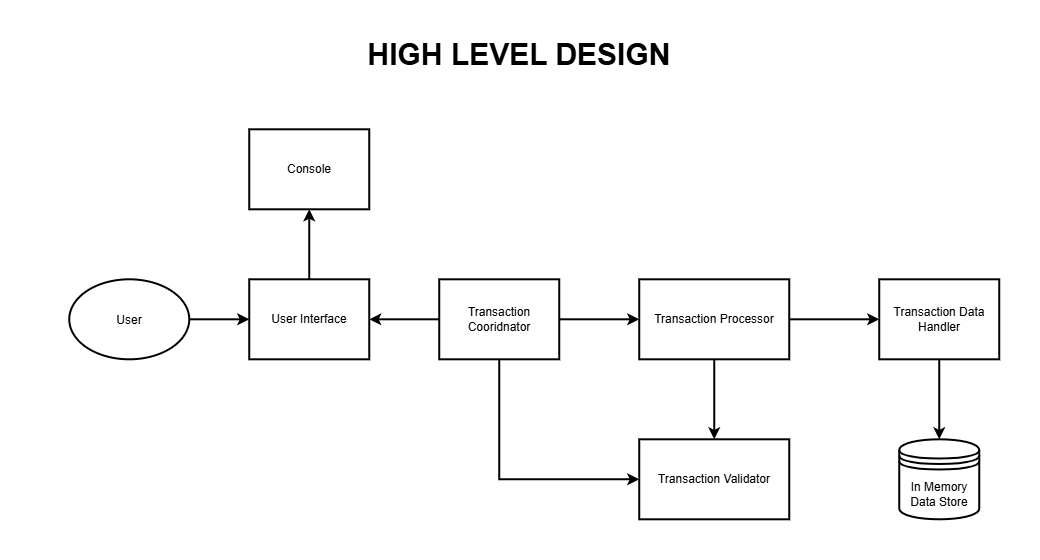
27032-Diwas/C_Sharp_Assignment keeps this draw.io diagram as src/ExpenseTracker/Docs/HLD.png. Above is the earlier version. Source tidied: cells renumbered, new cells last; positions are measured from the earlier drawing's top-left corner, leaving out a move shared by most shapes.
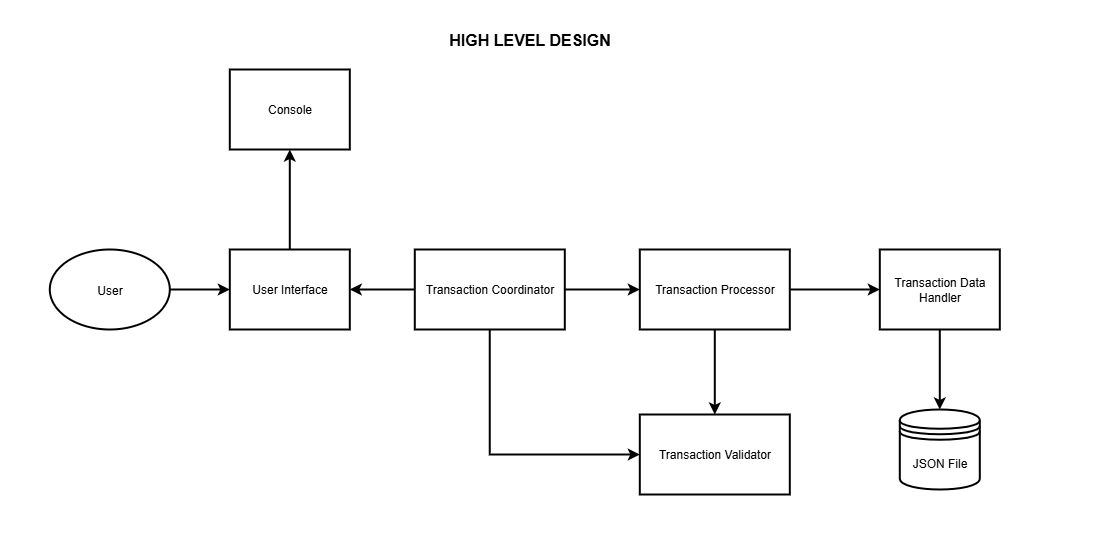
The same diagram one commit later.

What changed in the source:
```diff
@@ -8,17 +8,17 @@
     <mxCell id="3" value="User" style="ellipse;whiteSpace=wrap;html=1;shapeInside=1;strokeWidth=2;" parent="1" vertex="1">
       <mxGeometry y="240" width="120" height="80" as="geometry" />
     </mxCell>
-    <mxCell id="4" style="edgeStyle=orthogonalEdgeStyle;rounded=0;jettySize=auto;html=1;entryX=0.5;entryY=1;entryDx=0;entryDy=0;strokeWidth=2;" parent="1" edge="1" source="6" target="7">
+    <mxCell id="4" style="edgeStyle=orthogonalEdgeStyle;rounded=0;jettySize=auto;html=1;strokeWidth=2;" parent="1" edge="1" source="6" target="7">
       <mxGeometry relative="1" as="geometry" />
     </mxCell>
-    <mxCell id="5" style="edgeStyle=orthogonalEdgeStyle;rounded=0;jettySize=auto;html=1;exitX=1;exitY=0.5;exitDx=0;exitDy=0;entryX=0;entryY=0.5;entryDx=0;entryDy=0;strokeWidth=2;startArrow=classic;startFill=1;endArrow=none;endFill=0;" parent="1" edge="1" source="6" target="17">
-      <mxGeometry relative="1" as="geometry" />
-    </mxCell>
+    <mxCell id="19" style="edgeStyle=orthogonalEdgeStyle;rounded=0;jettySize=auto;html=1;strokeWidth=2;startArrow=classic;startFill=1;endArrow=none;endFill=0;" parent="1" edge="1" source="6" target="22">
+      <mxGeometry relative="1" as="geometry" />
+    </mxCell>
     <mxCell id="6" value="User Interface" style="rounded=0;whiteSpace=wrap;html=1;strokeWidth=2;" parent="1" vertex="1">
       <mxGeometry x="180" y="240" width="120" height="80" as="geometry" />
     </mxCell>
     <mxCell id="7" value="Console" style="rounded=0;whiteSpace=wrap;html=1;strokeWidth=2;" parent="1" vertex="1">
-      <mxGeometry x="180" y="90" width="120" height="80" as="geometry" />
+      <mxGeometry x="180" y="60" width="120" height="80" as="geometry" />
     </mxCell>
     <mxCell id="8" style="edgeStyle=orthogonalEdgeStyle;rounded=0;jettySize=auto;html=1;entryX=0.5;entryY=0;entryDx=0;entryDy=0;endArrow=classic;endFill=1;strokeWidth=2;" parent="1" edge="1" source="10" target="11">
       <mxGeometry relative="1" as="geometry" />
@@ -27,31 +27,31 @@
       <mxGeometry relative="1" as="geometry" />
     </mxCell>
     <mxCell id="10" value="Transaction Processor" style="rounded=0;whiteSpace=wrap;html=1;strokeWidth=2;" parent="1" vertex="1">
-      <mxGeometry x="570" y="240" width="150" height="80" as="geometry" />
+      <mxGeometry x="590" y="240" width="150" height="80" as="geometry" />
     </mxCell>
     <mxCell id="11" value="Transaction Validator" style="rounded=0;whiteSpace=wrap;html=1;strokeWidth=2;" parent="1" vertex="1">
-      <mxGeometry x="570" y="400" width="150" height="80" as="geometry" />
+      <mxGeometry x="590" y="405" width="150" height="80" as="geometry" />
     </mxCell>
-    <mxCell id="12" value="In Memory&lt;div&gt;Data Store&lt;/div&gt;" style="shape=datastore;whiteSpace=wrap;html=1;strokeWidth=2;" parent="1" vertex="1">
-      <mxGeometry x="830" y="400" width="80" height="80" as="geometry" />
+    <mxCell id="12" value="JSON File" style="shape=datastore;whiteSpace=wrap;html=1;strokeWidth=2;" parent="1" vertex="1">
+      <mxGeometry x="850" y="400" width="80" height="80" as="geometry" />
     </mxCell>
     <mxCell id="13" style="edgeStyle=orthogonalEdgeStyle;rounded=0;jettySize=auto;html=1;strokeWidth=2;" parent="1" edge="1" source="14" target="12">
       <mxGeometry relative="1" as="geometry" />
     </mxCell>
     <mxCell id="14" value="Transaction Data Handler" style="rounded=0;whiteSpace=wrap;html=1;strokeWidth=2;" parent="1" vertex="1">
-      <mxGeometry x="810" y="240" width="120" height="80" as="geometry" />
+      <mxGeometry x="830" y="240" width="120" height="80" as="geometry" />
     </mxCell>
-    <mxCell id="15" style="edgeStyle=orthogonalEdgeStyle;rounded=0;jettySize=auto;html=1;exitX=1;exitY=0.5;exitDx=0;exitDy=0;entryX=0;entryY=0.5;entryDx=0;entryDy=0;strokeWidth=2;" parent="1" edge="1" source="17" target="10">
-      <mxGeometry relative="1" as="geometry" />
-    </mxCell>
-    <mxCell id="16" style="edgeStyle=orthogonalEdgeStyle;rounded=0;jettySize=auto;html=1;exitX=0.5;exitY=1;exitDx=0;exitDy=0;entryX=0;entryY=0.5;entryDx=0;entryDy=0;strokeWidth=2;" parent="1" edge="1" source="17" target="11">
-      <mxGeometry relative="1" as="geometry" />
-    </mxCell>
-    <mxCell id="17" value="Transaction Cooridnator" style="rounded=0;whiteSpace=wrap;html=1;strokeWidth=2;" parent="1" vertex="1">
-      <mxGeometry x="370" y="240" width="120" height="80" as="geometry" />
-    </mxCell>
+    <mxCell id="20" style="edgeStyle=orthogonalEdgeStyle;rounded=0;jettySize=auto;html=1;entryX=0;entryY=0.5;entryDx=0;entryDy=0;strokeWidth=2;" parent="1" edge="1" source="22" target="10">
+      <mxGeometry relative="1" as="geometry" />
+    </mxCell>
+    <mxCell id="21" style="edgeStyle=orthogonalEdgeStyle;rounded=0;jettySize=auto;html=1;entryX=0;entryY=0.5;entryDx=0;entryDy=0;exitX=0.5;exitY=1;exitDx=0;exitDy=0;strokeWidth=2;" parent="1" edge="1" source="22" target="11">
+      <mxGeometry relative="1" as="geometry" />
+    </mxCell>
+    <mxCell id="22" value="Transaction Coordinator" style="rounded=0;whiteSpace=wrap;html=1;strokeWidth=2;" parent="1" vertex="1">
+      <mxGeometry x="365" y="240" width="150" height="80" as="geometry" />
+    </mxCell>
-    <mxCell id="18" value="&lt;font style=&quot;font-size: 30px;&quot;&gt;&lt;b style=&quot;&quot;&gt;HIGH LEVEL DESIGN&lt;/b&gt;&lt;/font&gt;" style="text;html=1;whiteSpace=wrap;strokeColor=none;fillColor=none;align=center;verticalAlign=middle;rounded=0;" parent="1" vertex="1">
-      <mxGeometry x="285" width="330" height="30" as="geometry" />
+    <mxCell id="18" value="&lt;b&gt;&lt;font style=&quot;font-size: 16px;&quot;&gt;HIGH LEVEL DESIGN&lt;/font&gt;&lt;/b&gt;" style="text;html=1;whiteSpace=wrap;strokeColor=none;fillColor=none;align=center;verticalAlign=middle;rounded=0;" parent="1" vertex="1">
+      <mxGeometry x="370" y="15" width="220" height="30" as="geometry" />
     </mxCell>
   </root>
 </mxGraphModel>
```
